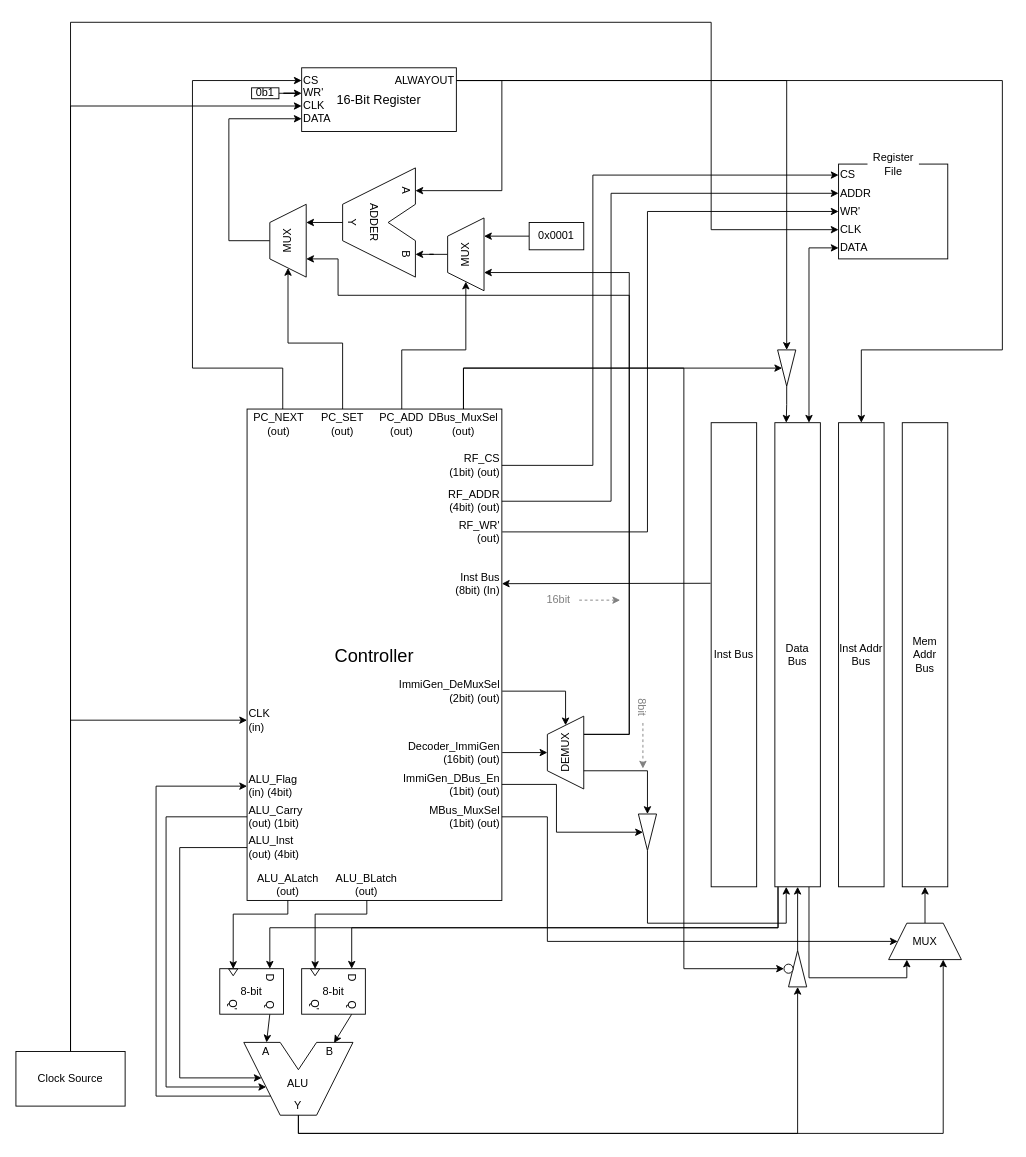
Above: wa824/docs/core/I/wa824I.drawio in BeomjunKim-3p/wach (draw.io), before the change. Source tidied: cells renumbered, new cells numbered last; positions are measured from the earlier drawing's top-left corner, leaving out a move shared by most shapes. Both pictures are drawn from the tidied source at 91%, with x=0, y=0 at pixel (15, 22).
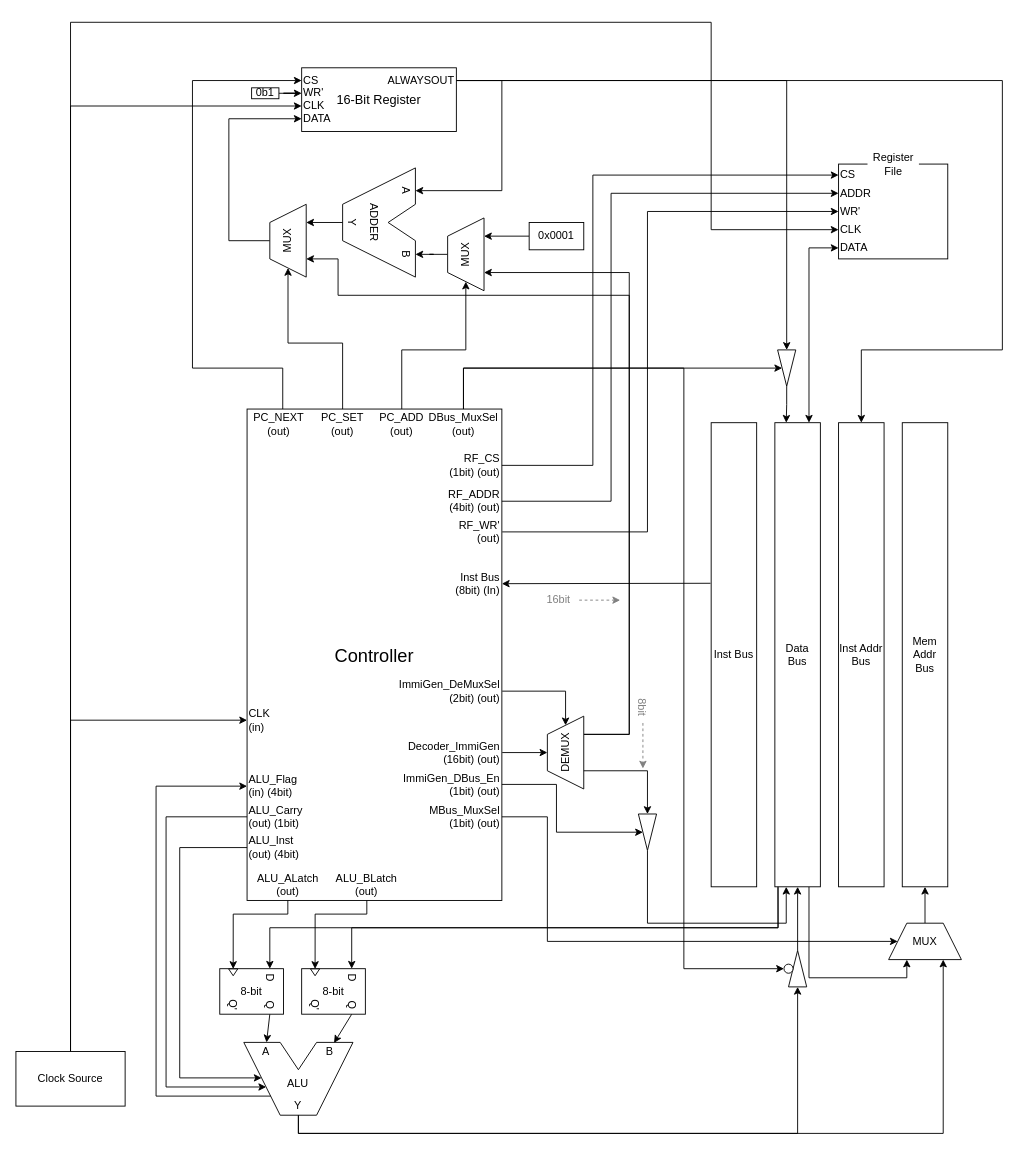
Above is the later version.

The change refers to these unchanged cells:
```xml
<mxCell id="54" style="group;" parent="1" vertex="1">
  <mxGeometry x="314" y="50" width="170" height="70" as="geometry" />
</mxCell>
```

The edit, as a diff of the source:
```diff
@@
-    <mxCell id="60" value="ALWAYOUT" style="text;html=1;whiteSpace=wrap;strokeColor=none;fillColor=none;align=right;verticalAlign=middle;rounded=0;" parent="54" vertex="1">
+    <mxCell id="60" value="ALWAYSOUT" style="text;html=1;whiteSpace=wrap;strokeColor=none;fillColor=none;align=right;verticalAlign=middle;rounded=0;" parent="54" vertex="1">
       <mxGeometry x="80" y="9" width="90" height="10" as="geometry" />
     </mxCell>
```
